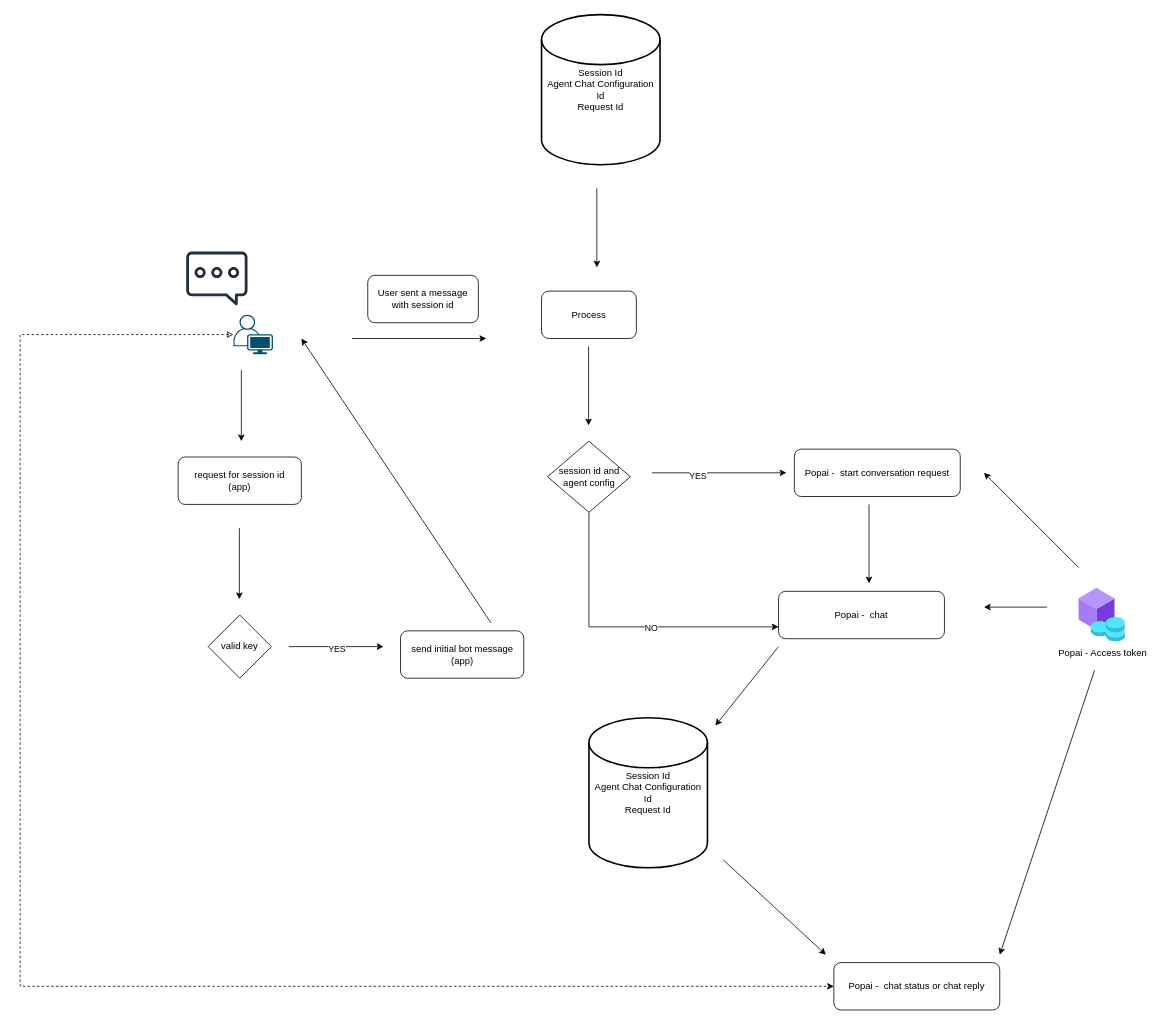
The draw.io diagram Web_Customer_Chatbot.drawio in jonreygalera/diagram, before the edit. Source tidied: cells renumbered, new cells numbered last; positions are measured from the earlier drawing's top-left corner, leaving out a move shared by most shapes. Both pictures are drawn from the tidied source at 79%, with x=0, y=0 at pixel (20, 14).
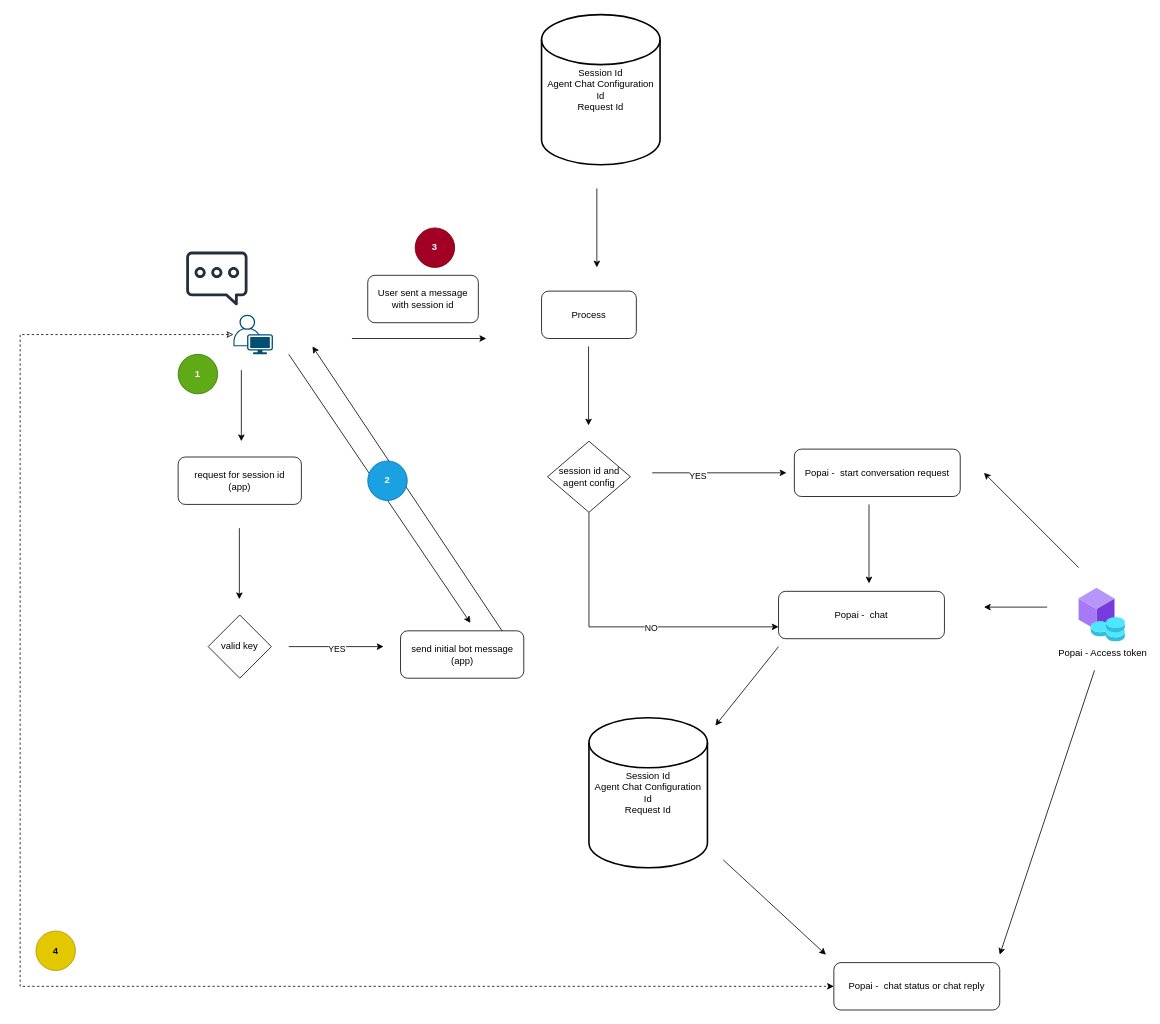
Above is the later version.

Change to the diagram source:
```diff
@@
     <mxCell id="13" style="endArrow=classic;html=1;rounded=0;" parent="1" edge="1">
       <mxGeometry relative="1" as="geometry">
-        <mxPoint x="596" y="770" as="sourcePoint" />
-        <mxPoint x="356" y="410" as="targetPoint" />
+        <mxPoint x="610" y="780" as="sourcePoint" />
+        <mxPoint x="370" y="420" as="targetPoint" />
       </mxGeometry>
     </mxCell>
@@
+    <mxCell id="35" style="endArrow=classic;html=1;rounded=0;" parent="1" edge="1">
+      <mxGeometry relative="1" as="geometry">
+        <mxPoint x="340" y="430" as="sourcePoint" />
+        <mxPoint x="570" y="770" as="targetPoint" />
+      </mxGeometry>
+    </mxCell>
+    <mxCell id="36" value="&lt;b&gt;1&lt;/b&gt;" style="ellipse;whiteSpace=wrap;html=1;fillColor=#60a917;fontColor=#ffffff;strokeColor=#2D7600;" parent="1" vertex="1">
+      <mxGeometry x="200" y="430" width="50" height="50" as="geometry" />
+    </mxCell>
+    <mxCell id="37" value="&lt;b&gt;2&lt;/b&gt;" style="ellipse;whiteSpace=wrap;html=1;fillColor=#1ba1e2;fontColor=#ffffff;strokeColor=#006EAF;" parent="1" vertex="1">
+      <mxGeometry x="440" y="565" width="50" height="50" as="geometry" />
+    </mxCell>
+    <mxCell id="38" value="&lt;b&gt;3&lt;/b&gt;" style="ellipse;whiteSpace=wrap;html=1;fillColor=#a20025;fontColor=#ffffff;strokeColor=#6F0000;" parent="1" vertex="1">
+      <mxGeometry x="500" y="270" width="50" height="50" as="geometry" />
+    </mxCell>
+    <mxCell id="39" value="&lt;b&gt;4&lt;/b&gt;" style="ellipse;whiteSpace=wrap;html=1;fillColor=#e3c800;fontColor=#000000;strokeColor=#B09500;" parent="1" vertex="1">
+      <mxGeometry x="20" y="1160" width="50" height="50" as="geometry" />
+    </mxCell>
```
